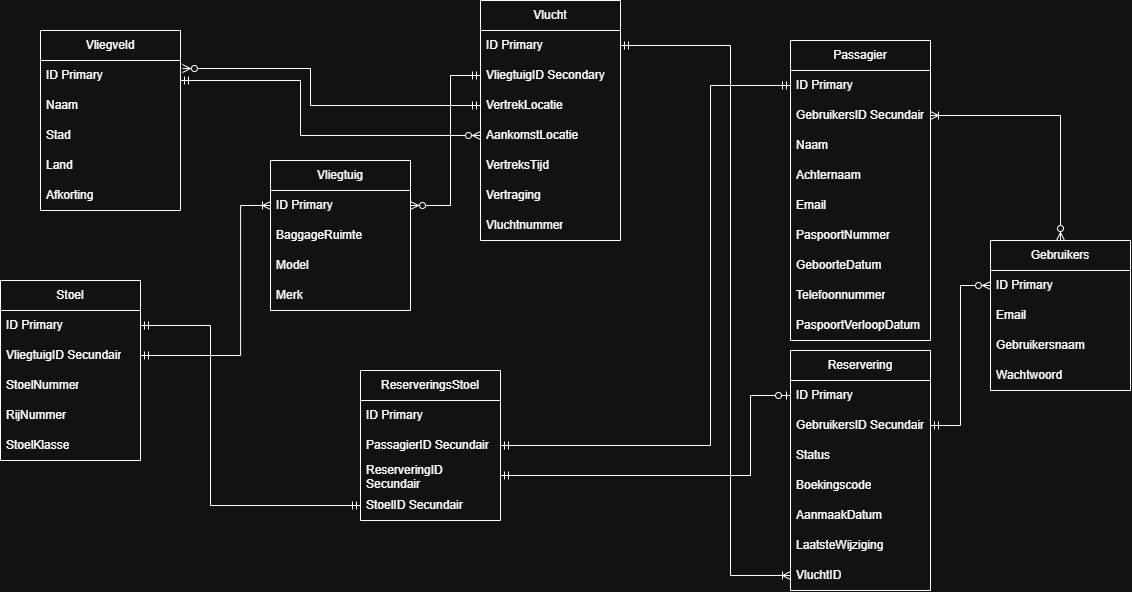
Talhacar-HR/Project-B-Airlines keeps this draw.io diagram as Database/ERD.drawio.png. Above is the earlier version. Source tidied: cells renumbered, new cells last; positions are measured from the earlier drawing's top-left corner, leaving out a move shared by most shapes.
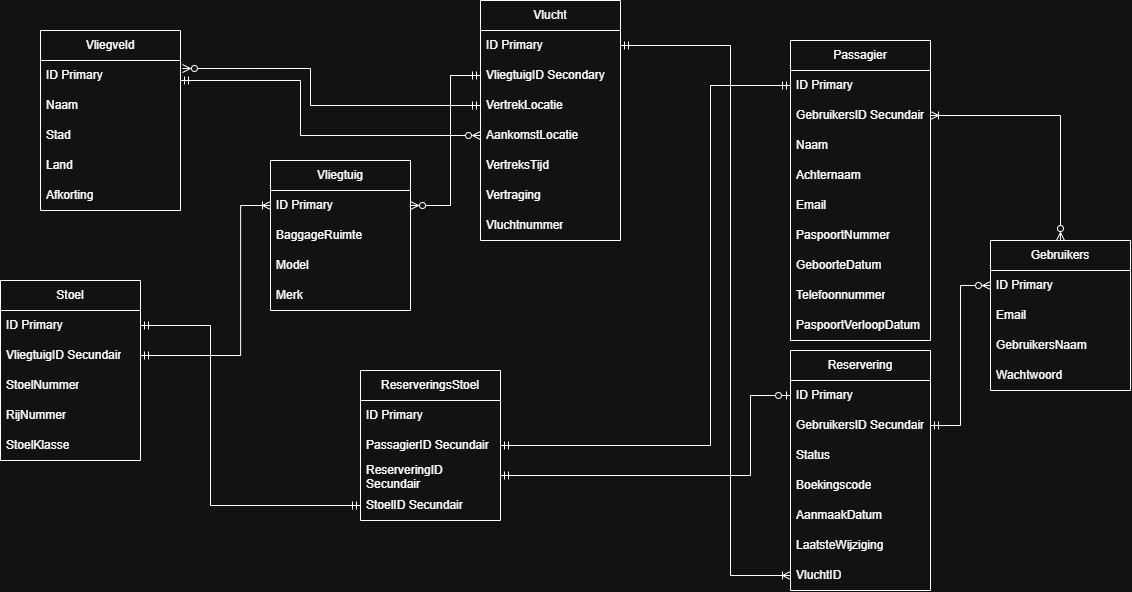
Above is the later version.

Commit message:
ERD Improvement

Diff of the diagram source:
```diff
@@ -162,7 +162,7 @@
     <mxCell id="51" value="Email" style="text;strokeColor=none;fillColor=none;align=left;verticalAlign=middle;spacingLeft=4;spacingRight=4;overflow=hidden;whiteSpace=wrap;html=1;" parent="49" vertex="1">
       <mxGeometry y="60" width="140" height="30" as="geometry" />
     </mxCell>
-    <mxCell id="52" value="Gebruikersnaam" style="text;strokeColor=none;fillColor=none;align=left;verticalAlign=middle;spacingLeft=4;spacingRight=4;overflow=hidden;whiteSpace=wrap;html=1;" parent="49" vertex="1">
+    <mxCell id="52" value="GebruikersNaam" style="text;strokeColor=none;fillColor=none;align=left;verticalAlign=middle;spacingLeft=4;spacingRight=4;overflow=hidden;whiteSpace=wrap;html=1;" parent="49" vertex="1">
       <mxGeometry y="90" width="140" height="30" as="geometry" />
     </mxCell>
     <mxCell id="53" value="Wachtwoord" style="text;strokeColor=none;fillColor=none;align=left;verticalAlign=middle;spacingLeft=4;spacingRight=4;overflow=hidden;whiteSpace=wrap;html=1;" parent="49" vertex="1">
```
